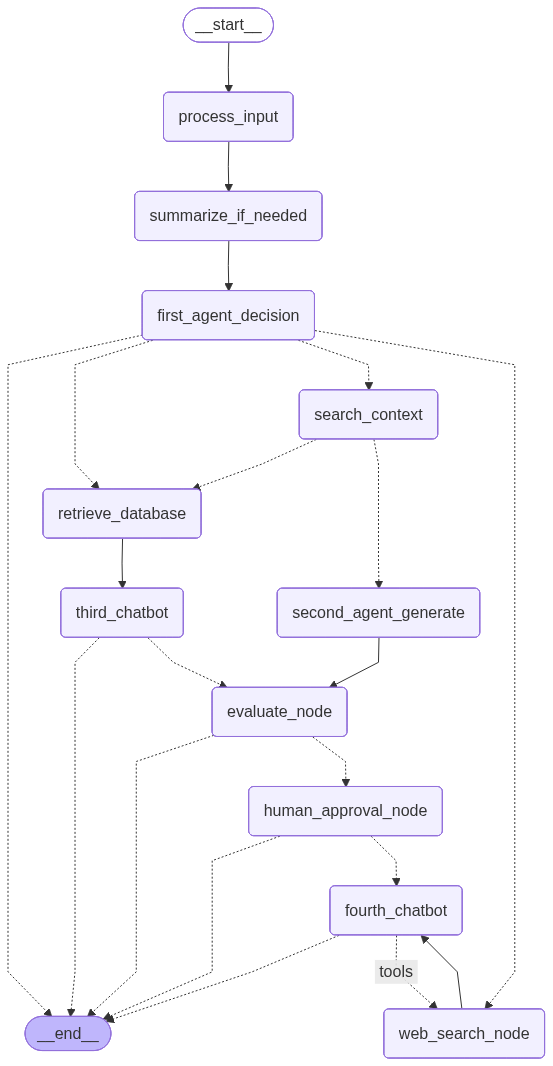
zhangji520-github/Multidal_RAG_Engineering keeps this Mermaid diagram as static/graph_rag.png. Above is the earlier version. Its source is kept beside it as static/graph_rag.mmd.
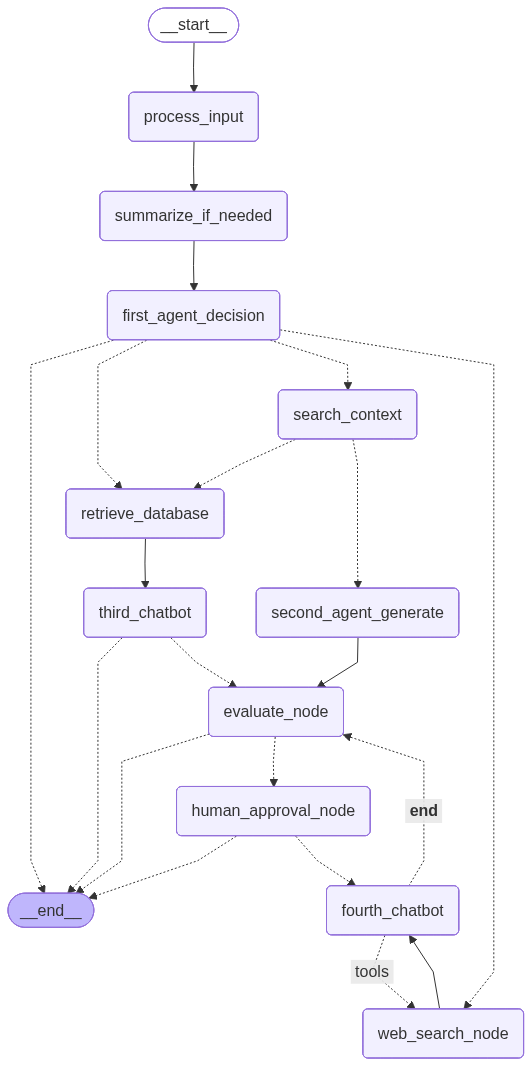
After the commit.

Diff of the diagram source:
```diff
@@ -24,7 +24,7 @@
 	first_agent_decision -.-> retrieve_database;
 	first_agent_decision -.-> search_context;
 	first_agent_decision -.-> web_search_node;
-	fourth_chatbot -.-> __end__;
+	fourth_chatbot -. &nbsp;__end__&nbsp; .-> evaluate_node;
 	fourth_chatbot -. &nbsp;tools&nbsp; .-> web_search_node;
 	human_approval_node -.-> __end__;
 	human_approval_node -.-> fourth_chatbot;
```
